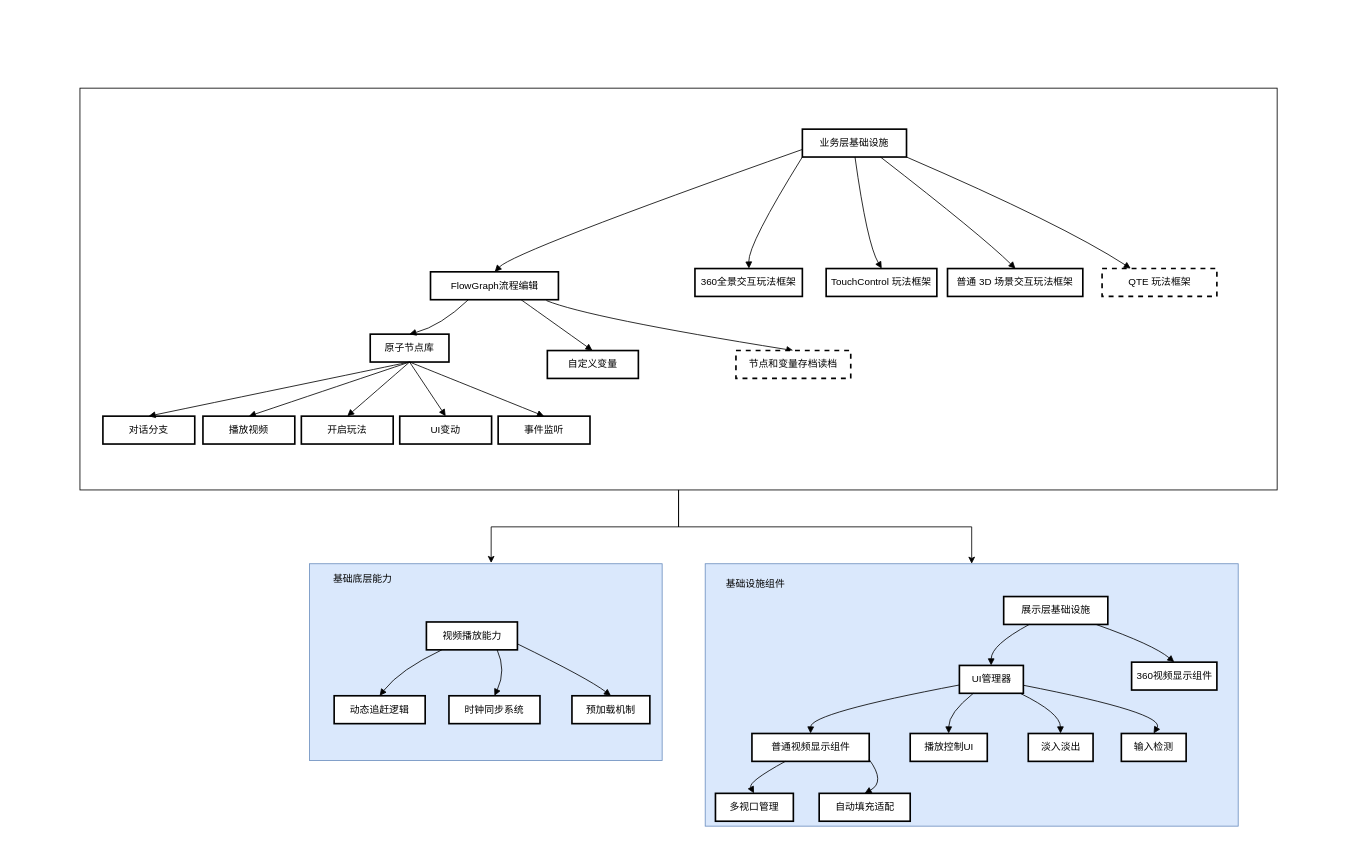
The draw.io diagram Untitled Diagram.drawio in tcmxx/TCMXXDrawIO, before the edit. Source tidied: cells renumbered, new cells numbered last; positions are measured from the earlier drawing's top-left corner, leaving out a move shared by most shapes. Both pictures are drawn from the tidied source at 82%, with x=0, y=0 at pixel (80, 88).
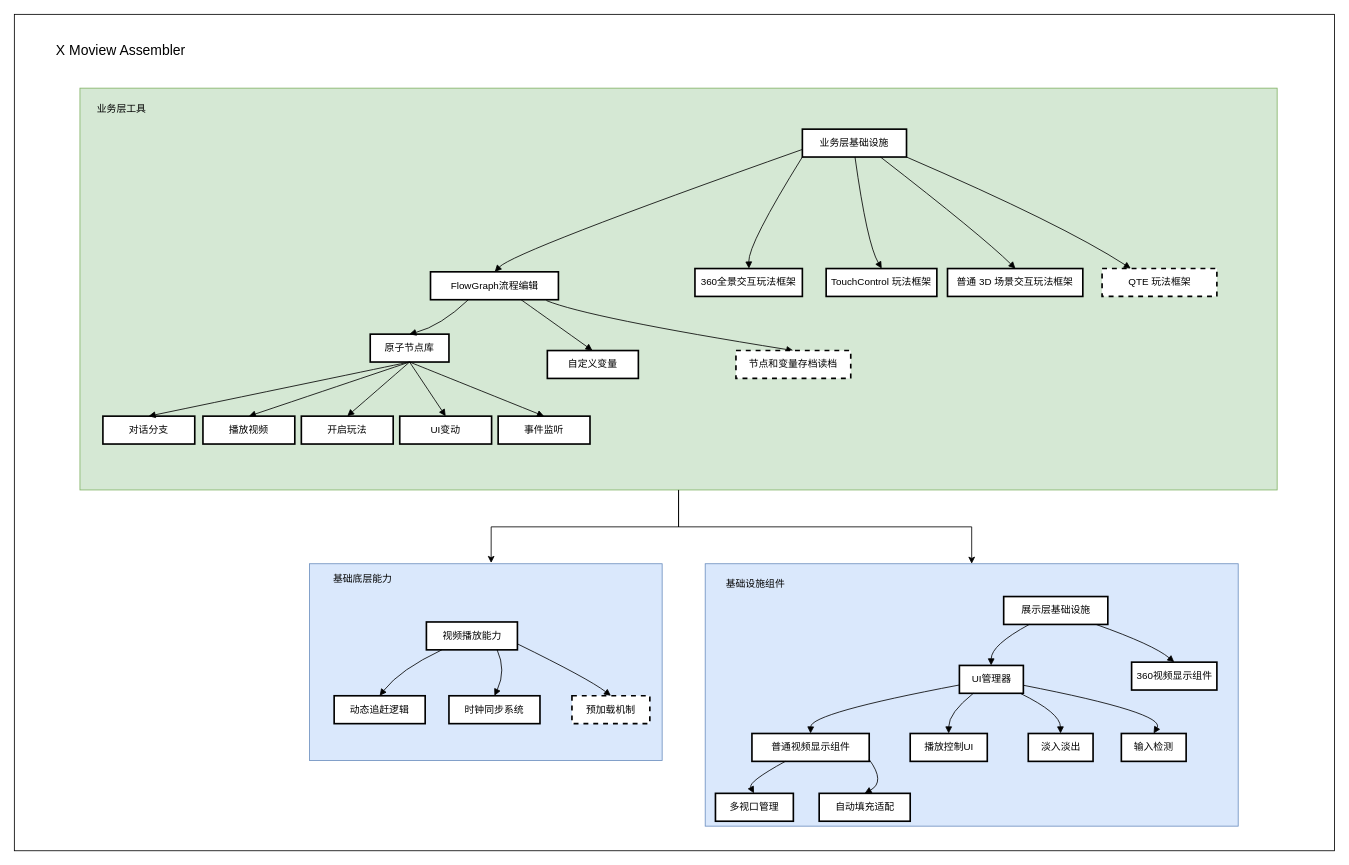
The same diagram, later.

What changed in the source:
```diff
@@
+    <mxCell id="60" style="rounded=0;whiteSpace=wrap;html=1;" parent="1" vertex="1">
+      <mxGeometry x="-80" y="-90" width="1610" height="1020" as="geometry" />
+    </mxCell>
@@
-    <mxCell id="3" style="rounded=0;whiteSpace=wrap;html=1;" parent="1" vertex="1">
+    <mxCell id="3" style="rounded=0;whiteSpace=wrap;html=1;fillColor=#d5e8d4;strokeColor=#82b366;" parent="1" vertex="1">
       <mxGeometry width="1460" height="490" as="geometry" />
     </mxCell>
@@
-    <mxCell id="17" value="预加载机制" style="whiteSpace=wrap;strokeWidth=2;" parent="1" vertex="1">
+    <mxCell id="17" value="预加载机制" style="whiteSpace=wrap;strokeWidth=2;dashed=1;" parent="1" vertex="1">
       <mxGeometry x="600" y="741" width="95" height="34" as="geometry" />
     </mxCell>
@@
+    <mxCell id="61" value="&lt;font style=&quot;font-size: 17px;&quot;&gt;X Moview Assembler&lt;/font&gt;" style="text;html=1;strokeColor=none;fillColor=none;align=center;verticalAlign=middle;whiteSpace=wrap;rounded=0;" parent="1" vertex="1">
+      <mxGeometry x="-60" y="-60" width="220" height="30" as="geometry" />
+    </mxCell>
+    <mxCell id="62" value="业务层工具" style="text;html=1;strokeColor=none;fillColor=none;align=center;verticalAlign=middle;whiteSpace=wrap;rounded=0;" parent="1" vertex="1">
+      <mxGeometry x="-20" y="10" width="142" height="30" as="geometry" />
+    </mxCell>
```
